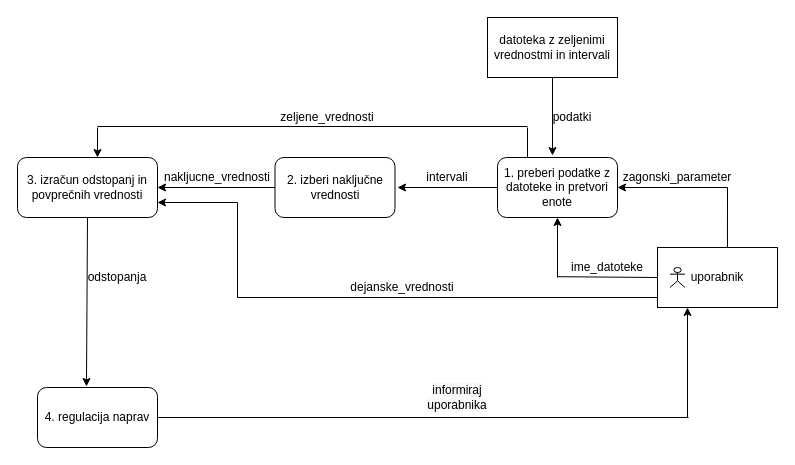
This is page "Page-2" (2 of 2) of diagram toka podatkov.drawio from OPI-v-v/simulator, a draw.io file, before an edit. Source tidied: cells renumbered, new cells numbered last; positions are measured from the earlier drawing's top-left corner, leaving out a move shared by most shapes. Both pictures are drawn from the tidied source at 100%, with x=0, y=0 at pixel (17, 17).
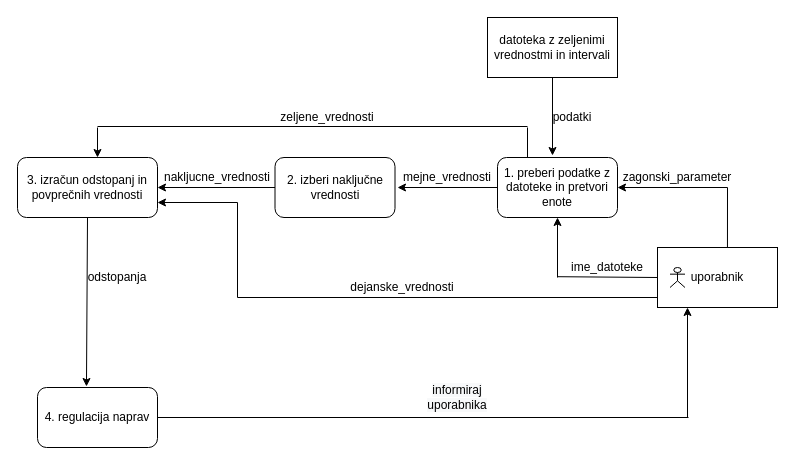
The same diagram, later.

The edit, as a diff of the source:
```diff
@@
-    <mxCell id="9" value="intervali" style="text;html=1;strokeColor=none;fillColor=none;align=center;verticalAlign=middle;whiteSpace=wrap;rounded=0;" parent="1" vertex="1">
-      <mxGeometry x="400" y="150" width="60" height="20" as="geometry" />
+    <mxCell id="9" value="mejne_vrednosti" style="text;html=1;strokeColor=none;fillColor=none;align=center;verticalAlign=middle;whiteSpace=wrap;rounded=0;" parent="1" vertex="1">
+      <mxGeometry x="390" y="150" width="80" height="20" as="geometry" />
     </mxCell>
```
